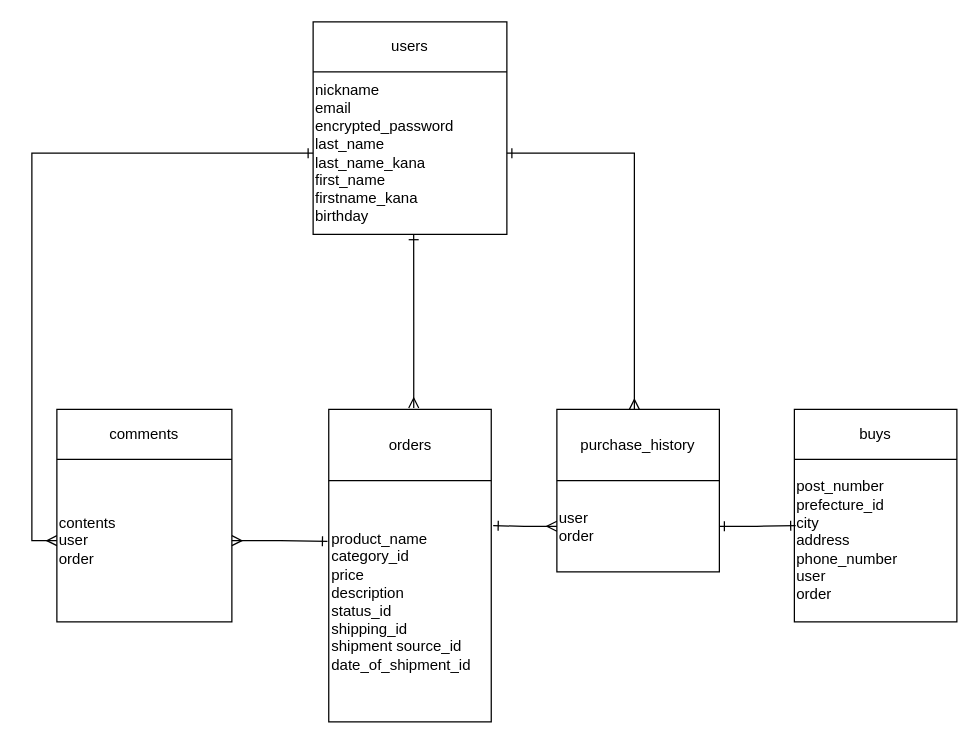
Before: frima.dio in sonolilis/frima-31938, a draw.io diagram. Source tidied: cells renumbered, new cells numbered last; positions are measured from the earlier drawing's top-left corner, leaving out a move shared by most shapes. Both pictures are drawn from the tidied source at 125%, with x=0, y=0 at pixel (56, 21).
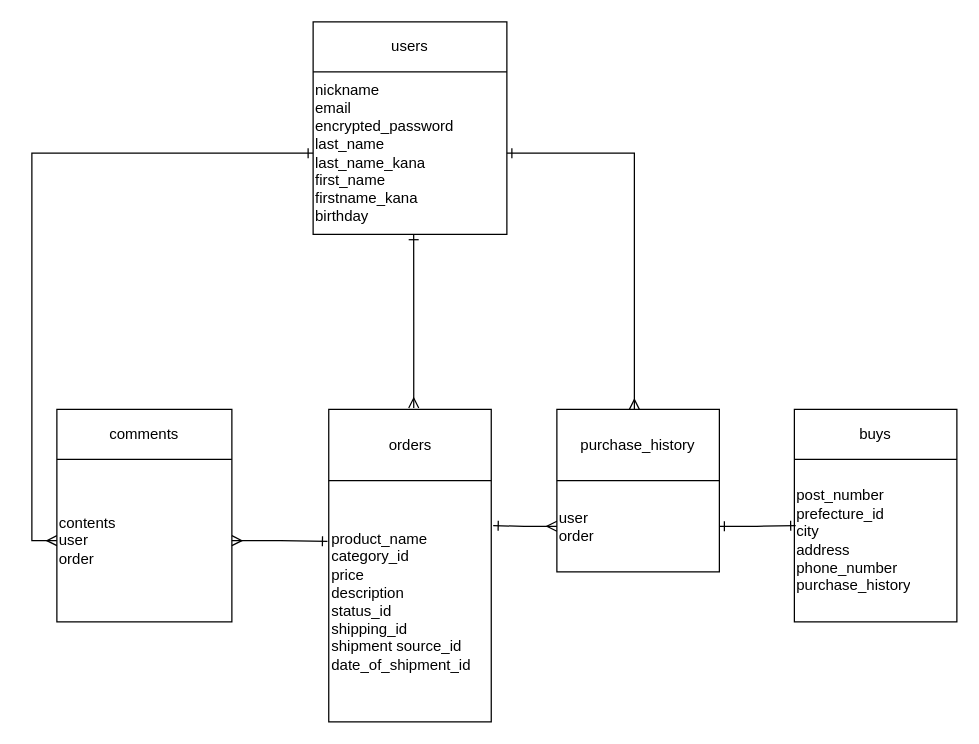
The same page after the edit.

The change refers to these unchanged cells:
```xml
<mxCell id="15" style="shape=partialRectangle;html=1;whiteSpace=wrap;fillColor=none;top=0;left=0;bottom=0;right=0;points=[[0,0.5],[1,0.5]];portConstraint=eastwest;" parent="12" vertex="1">
  <mxGeometry y="40" width="130" height="130" as="geometry" />
</mxCell>
```

Diff of the diagram source:
```diff
@@
-    <mxCell id="16" value="post_number&lt;br&gt;prefecture_id&lt;br&gt;city&lt;br&gt;address&lt;br&gt;phone_number&lt;br&gt;user&lt;br&gt;order" style="shape=partialRectangle;html=1;whiteSpace=wrap;overflow=hidden;fillColor=none;top=0;left=0;bottom=0;right=0;align=left;" parent="15" vertex="1">
+    <mxCell id="16" value="post_number&lt;br&gt;prefecture_id&lt;br&gt;city&lt;br&gt;address&lt;br&gt;phone_number&lt;br&gt;purchase_history" style="shape=partialRectangle;html=1;whiteSpace=wrap;overflow=hidden;fillColor=none;top=0;left=0;bottom=0;right=0;align=left;" parent="15" vertex="1">
       <mxGeometry width="130" height="130" as="geometry" />
     </mxCell>
```
